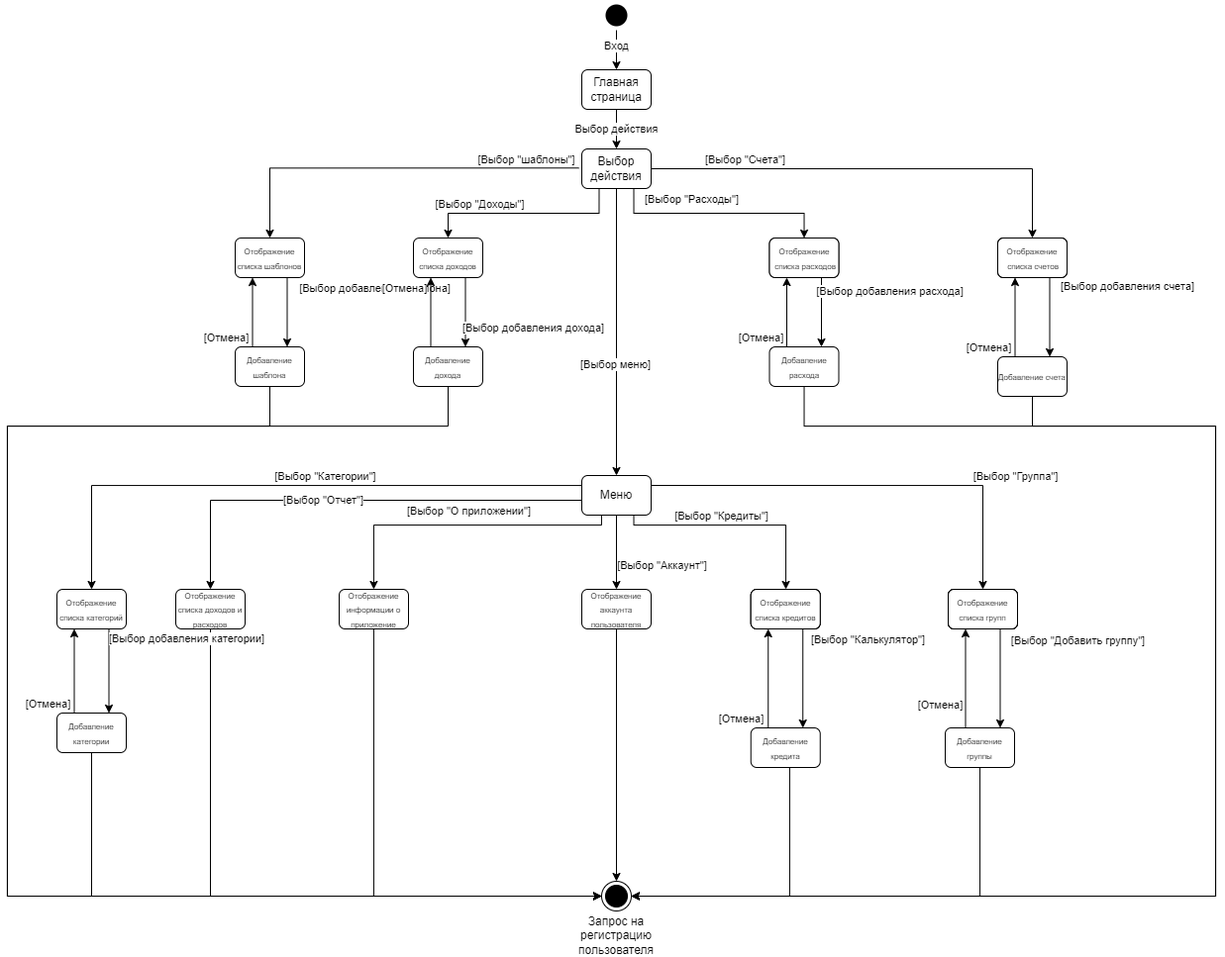
Before: diagrams/statechart2.png, a diagram exported from draw.io (dany0k/TP-5.2-2). Source tidied: cells renumbered, new cells last; positions are measured from the earlier drawing's top-left corner, leaving out a move shared by most shapes.
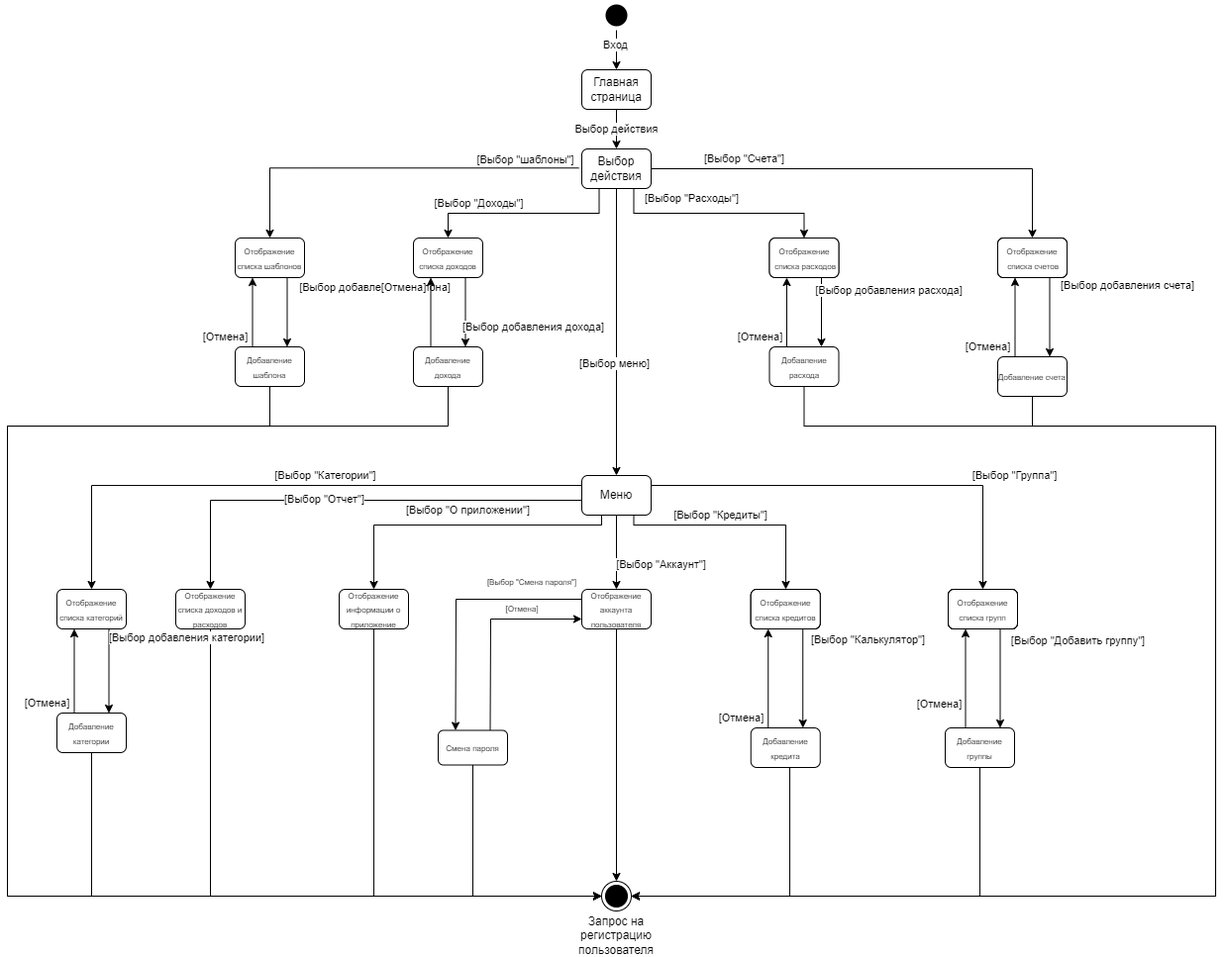
After the commit.

Change to the diagram source:
```diff
@@ -380,5 +380,35 @@
     <mxCell id="95" value="Запрос на регистрацию пользователя" style="text;html=1;strokeColor=none;fillColor=none;align=center;verticalAlign=middle;whiteSpace=wrap;rounded=0;" parent="1" vertex="1">
       <mxGeometry x="585" y="930" width="60" height="30" as="geometry" />
     </mxCell>
+    <mxCell id="96" value="&lt;font style=&quot;font-size: 8px;&quot;&gt;Смена пароля&lt;/font&gt;" style="rounded=1;whiteSpace=wrap;html=1;" parent="1" vertex="1">
+      <mxGeometry x="435" y="737.5" width="70" height="35" as="geometry" />
+    </mxCell>
+    <mxCell id="97" style="endArrow=classic;html=1;rounded=0;fontSize=8;exitX=0.75;exitY=0;exitDx=0;exitDy=0;entryX=0;entryY=0.75;entryDx=0;entryDy=0;" parent="1" edge="1" source="96" target="61">
+      <mxGeometry relative="1" as="geometry">
+        <Array as="points">
+          <mxPoint x="488" y="625" />
+        </Array>
+      </mxGeometry>
+    </mxCell>
+    <mxCell id="98" style="endArrow=classic;html=1;rounded=0;fontSize=8;exitX=0;exitY=0.25;exitDx=0;exitDy=0;entryX=0.25;entryY=0;entryDx=0;entryDy=0;" parent="1" edge="1" source="61" target="96">
+      <mxGeometry relative="1" as="geometry">
+        <Array as="points">
+          <mxPoint x="453" y="605" />
+        </Array>
+      </mxGeometry>
+    </mxCell>
+    <mxCell id="99" value="[Выбор &quot;Смена пароля&quot;]" style="text;html=1;strokeColor=none;fillColor=none;align=center;verticalAlign=middle;whiteSpace=wrap;rounded=0;fontSize=8;" parent="1" vertex="1">
+      <mxGeometry x="480" y="575" width="100" height="25" as="geometry" />
+    </mxCell>
+    <mxCell id="100" value="[Отмена]" style="text;html=1;strokeColor=none;fillColor=none;align=center;verticalAlign=middle;whiteSpace=wrap;rounded=0;fontSize=8;" parent="1" vertex="1">
+      <mxGeometry x="490" y="600" width="60" height="30" as="geometry" />
+    </mxCell>
+    <mxCell id="101" style="endArrow=none;html=1;rounded=0;fontSize=8;entryX=0.5;entryY=1;entryDx=0;entryDy=0;exitX=0;exitY=0.5;exitDx=0;exitDy=0;" parent="1" edge="1" source="94" target="96">
+      <mxGeometry relative="1" as="geometry">
+        <Array as="points">
+          <mxPoint x="470" y="905" />
+        </Array>
+      </mxGeometry>
+    </mxCell>
   </root>
 </mxGraphModel>
```
